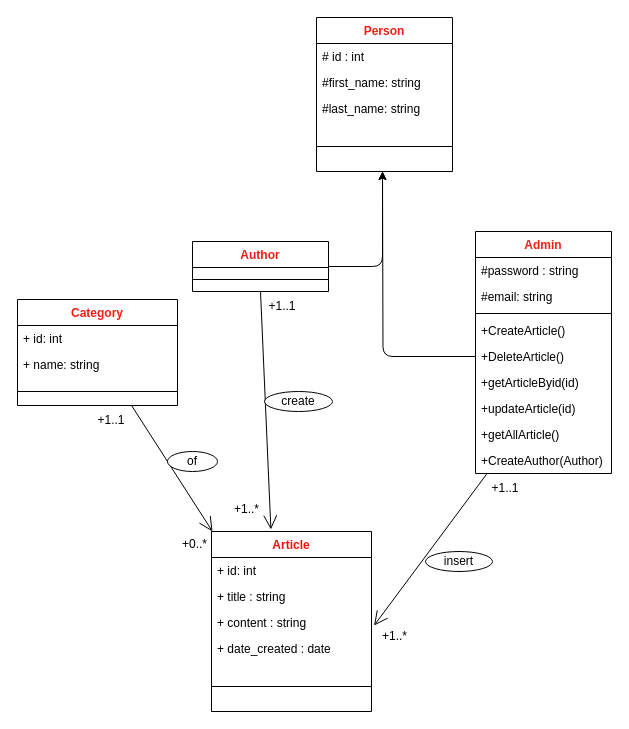
This is DiagramdeClasse.drawio from ELMATIYOUSSEF/Blog-CultureDev, a draw.io file, before an edit. Source tidied: cells renumbered, new cells numbered last; positions are measured from the earlier drawing's top-left corner, leaving out a move shared by most shapes. Both pictures are drawn from the tidied source at 100%, with x=0, y=0 at pixel (17, 17).
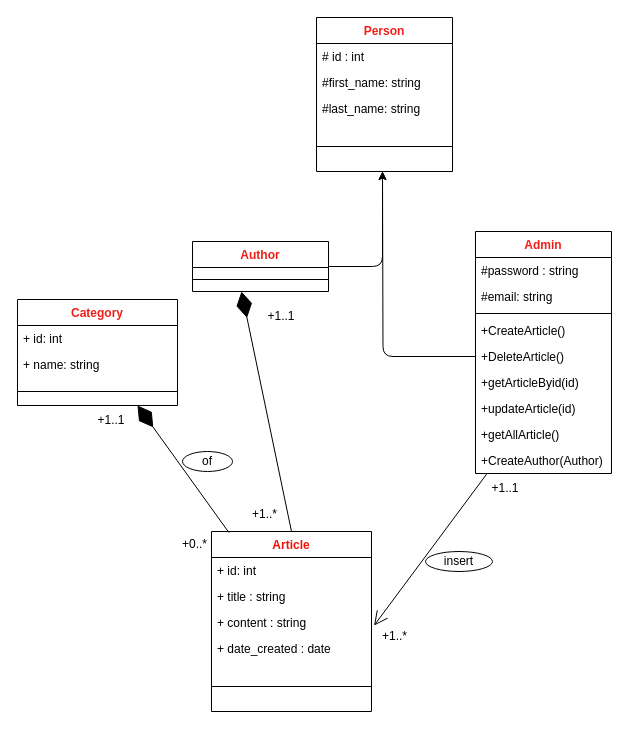
The same diagram, later.

The change refers to these unchanged cells:
```xml
<mxCell id="8" value="Author" style="swimlane;fontStyle=1;align=center;verticalAlign=top;horizontal=1;startSize=26;fontColor=#F01F18;" parent="1" vertex="1">
  <mxGeometry x="175" y="224" width="136" height="50" as="geometry" />
</mxCell>
<mxCell id="21" value="Article" style="swimlane;fontStyle=1;align=center;verticalAlign=top;horizontal=1;startSize=26;fontColor=#F0110A;" parent="1" vertex="1">
  <mxGeometry x="194" y="514" width="160" height="180" as="geometry" />
</mxCell>
<mxCell id="29" value="Category" style="swimlane;fontStyle=1;align=center;verticalAlign=top;horizontal=1;startSize=26;fontColor=#F01F18;" parent="1" vertex="1">
  <mxGeometry y="282" width="160" height="106" as="geometry" />
</mxCell>
```

Change to the diagram source:
```diff
@@
-    <mxCell id="27" style="endArrow=open;endFill=1;endSize=12;html=1;entryX=0.365;entryY=-0.011;entryDx=0;entryDy=0;entryPerimeter=0;exitX=0.5;exitY=1;exitDx=0;exitDy=0;" parent="1" edge="1" source="8">
-      <mxGeometry relative="1" as="geometry">
-        <mxPoint x="253.4" y="512" as="targetPoint" />
-      </mxGeometry>
-    </mxCell>
-    <mxCell id="28" style="endArrow=open;endFill=1;endSize=12;html=1;startArrow=none;" parent="1" edge="1" source="29">
-      <mxGeometry relative="1" as="geometry">
-        <mxPoint x="195" y="514" as="targetPoint" />
-      </mxGeometry>
-    </mxCell>
@@
     <mxCell id="35" value="of" style="ellipse;whiteSpace=wrap;html=1;align=center;newEdgeStyle={&quot;edgeStyle&quot;:&quot;entityRelationEdgeStyle&quot;,&quot;startArrow&quot;:&quot;none&quot;,&quot;endArrow&quot;:&quot;none&quot;,&quot;segment&quot;:10,&quot;curved&quot;:1};" parent="1" vertex="1">
-      <mxGeometry x="150" y="434" width="50" height="20" as="geometry" />
+      <mxGeometry x="165" y="434" width="50" height="20" as="geometry" />
     </mxCell>
     <mxCell id="36" value="+1..1" style="text;html=1;strokeColor=none;fillColor=none;align=center;verticalAlign=middle;whiteSpace=wrap;rounded=0;" parent="1" vertex="1">
-      <mxGeometry x="235" y="274" width="60" height="30" as="geometry" />
+      <mxGeometry x="234" y="284" width="60" height="30" as="geometry" />
     </mxCell>
@@
     <mxCell id="38" value="+1..*" style="text;html=1;strokeColor=none;fillColor=none;align=center;verticalAlign=middle;whiteSpace=wrap;rounded=0;" parent="1" vertex="1">
-      <mxGeometry x="212" y="477" width="35" height="30" as="geometry" />
+      <mxGeometry x="230" y="482" width="35" height="30" as="geometry" />
     </mxCell>
@@
-    <mxCell id="41" value="create" style="ellipse;whiteSpace=wrap;html=1;align=center;newEdgeStyle={&quot;edgeStyle&quot;:&quot;entityRelationEdgeStyle&quot;,&quot;startArrow&quot;:&quot;none&quot;,&quot;endArrow&quot;:&quot;none&quot;,&quot;segment&quot;:10,&quot;curved&quot;:1};" parent="1" vertex="1">
-      <mxGeometry x="247" y="374" width="68" height="20" as="geometry" />
-    </mxCell>
@@
+    <mxCell id="43" style="endArrow=diamondThin;endFill=1;endSize=24;html=1;exitX=0.5;exitY=0;exitDx=0;exitDy=0;" parent="1" edge="1" source="21">
+      <mxGeometry relative="1" as="geometry">
+        <mxPoint x="224" y="274" as="targetPoint" />
+      </mxGeometry>
+    </mxCell>
+    <mxCell id="44" style="endArrow=diamondThin;endFill=1;endSize=24;html=1;entryX=0.75;entryY=1;entryDx=0;entryDy=0;exitX=0.109;exitY=0.006;exitDx=0;exitDy=0;exitPerimeter=0;" parent="1" edge="1" source="21" target="29">
+      <mxGeometry relative="1" as="geometry" />
+    </mxCell>
```
